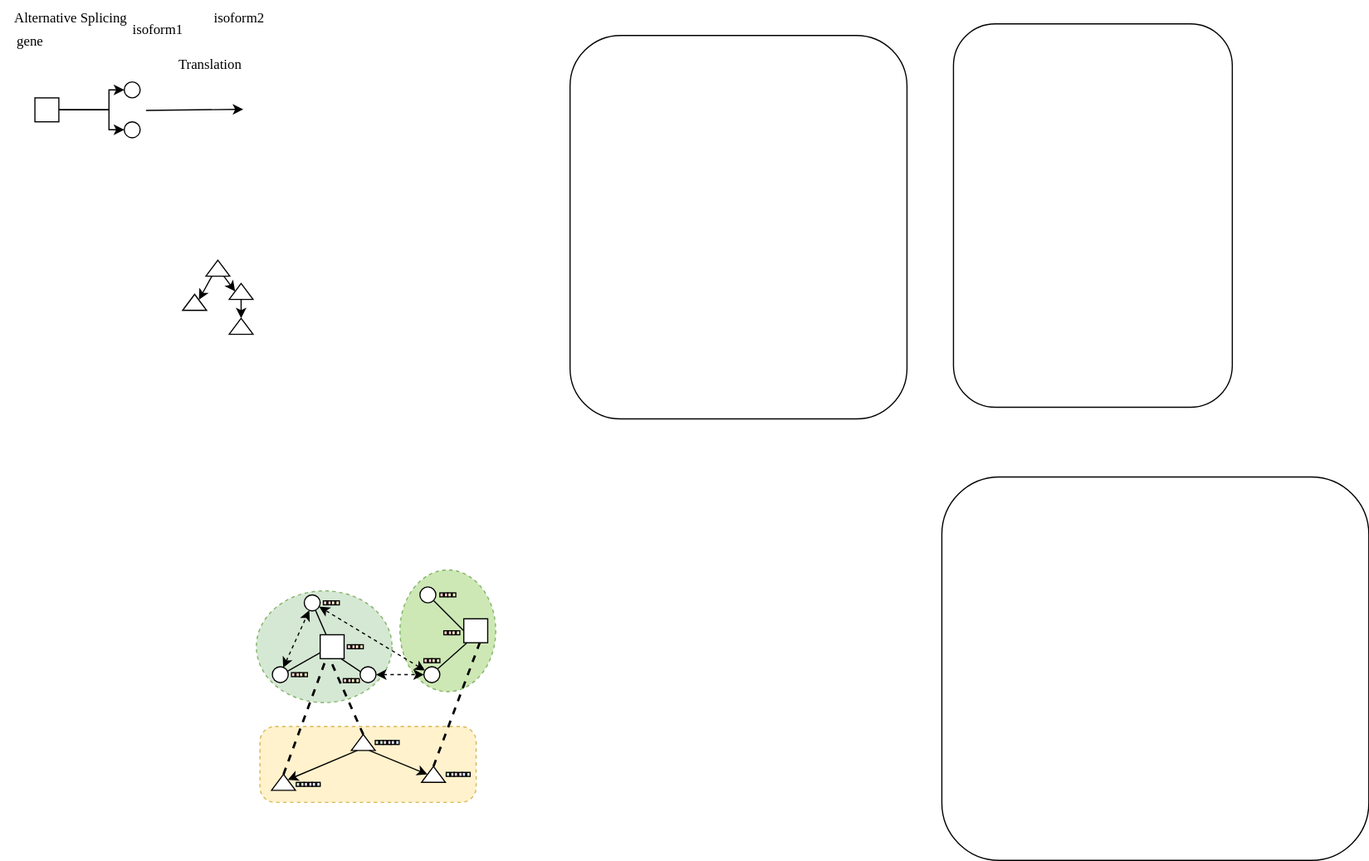
Earlier version of the draw.io export m.drawio.svg (gk3046/testgkkk). Source tidied: cells renumbered, new cells last; positions are measured from the earlier drawing's top-left corner, leaving out a move shared by most shapes.
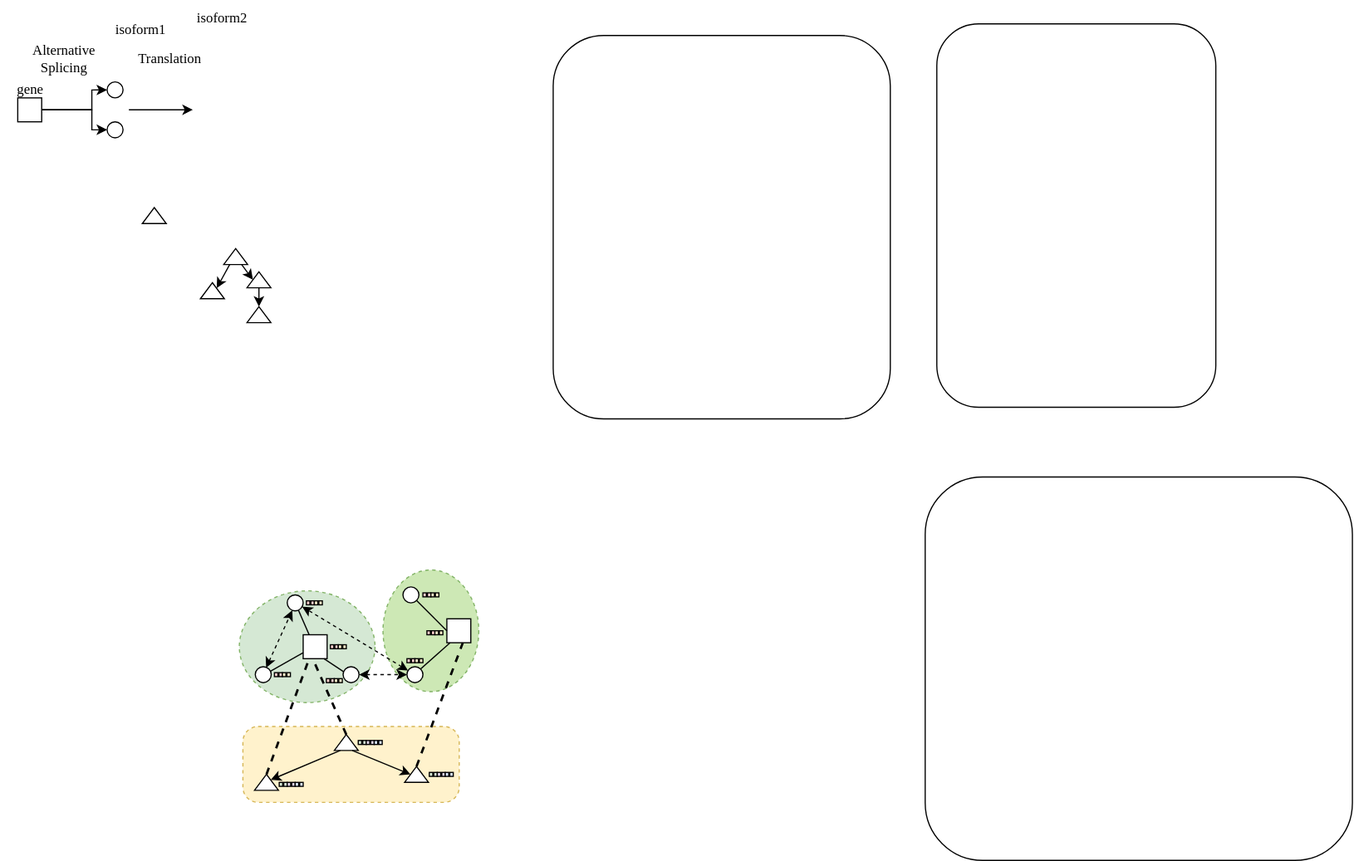
After the commit.

What changed in the source:
```diff
@@ -188,13 +188,13 @@
       <mxGeometry x="29.4" y="83.7" width="20.6" height="20.6" as="geometry" />
     </mxCell>
     <mxCell id="59" style="triangle;whiteSpace=wrap;html=1;rotation=-90;" parent="1" vertex="1">
-      <mxGeometry x="180" y="220" width="13.7" height="20.6" as="geometry" />
+      <mxGeometry x="210" y="210" width="13.7" height="20.6" as="geometry" />
     </mxCell>
     <mxCell id="60" style="triangle;whiteSpace=wrap;html=1;rotation=-90;" parent="1" vertex="1">
-      <mxGeometry x="200" y="240" width="13.7" height="20.6" as="geometry" />
+      <mxGeometry x="230" y="230" width="13.7" height="20.6" as="geometry" />
     </mxCell>
     <mxCell id="61" style="triangle;whiteSpace=wrap;html=1;rotation=-90;" parent="1" vertex="1">
-      <mxGeometry x="160" y="249.4" width="13.7" height="20.6" as="geometry" />
+      <mxGeometry x="190" y="239.4" width="13.7" height="20.6" as="geometry" />
     </mxCell>
     <mxCell id="62" style="endArrow=classic;html=1;rounded=0;exitX=0;exitY=0.25;exitDx=0;exitDy=0;entryX=0.661;entryY=0.679;entryDx=0;entryDy=0;entryPerimeter=0;" parent="1" edge="1" source="59" target="61">
       <mxGeometry relative="1" as="geometry" />
@@ -203,7 +203,7 @@
       <mxGeometry relative="1" as="geometry" />
     </mxCell>
     <mxCell id="64" style="triangle;whiteSpace=wrap;html=1;rotation=-90;" parent="1" vertex="1">
-      <mxGeometry x="200" y="270" width="13.7" height="20.6" as="geometry" />
+      <mxGeometry x="230" y="260" width="13.7" height="20.6" as="geometry" />
     </mxCell>
     <mxCell id="65" style="endArrow=classic;html=1;rounded=0;exitX=0;exitY=0.5;exitDx=0;exitDy=0;entryX=1;entryY=0.5;entryDx=0;entryDy=0;" parent="1" edge="1" source="60" target="64">
       <mxGeometry relative="1" as="geometry" />
@@ -211,11 +211,11 @@
     <mxCell id="66" style="ellipse;whiteSpace=wrap;html=1;" parent="1" vertex="1">
       <mxGeometry x="106.3" y="104.3" width="13.7" height="13.7" as="geometry" />
     </mxCell>
-    <mxCell id="67" value="&lt;font face=&quot;Times New Roman&quot;&gt;Alternative Splicing&lt;/font&gt;" style="text;html=1;align=center;verticalAlign=middle;strokeColor=none;fillColor=none;" parent="1" vertex="1">
-      <mxGeometry width="120" height="30" as="geometry" />
+    <mxCell id="67" value="&lt;font face=&quot;Times New Roman&quot;&gt;Alternative &lt;br&gt;Splicing&lt;/font&gt;" style="text;html=1;align=center;verticalAlign=middle;strokeColor=none;fillColor=none;" parent="1" vertex="1">
+      <mxGeometry x="29.4" y="30" width="80" height="40" as="geometry" />
     </mxCell>
     <mxCell id="68" value="&lt;font face=&quot;Times New Roman&quot;&gt;gene&lt;/font&gt;" style="text;html=1;align=center;verticalAlign=middle;strokeColor=none;fillColor=none;" parent="1" vertex="1">
-      <mxGeometry y="20" width="50" height="30" as="geometry" />
+      <mxGeometry x="14.7" y="61.9" width="50" height="30" as="geometry" />
     </mxCell>
     <mxCell id="69" value="&lt;font face=&quot;Times New Roman&quot;&gt;isoform1&lt;/font&gt;" style="text;html=1;align=center;verticalAlign=middle;strokeColor=none;fillColor=none;" parent="1" vertex="1">
       <mxGeometry x="100" y="10" width="70" height="30" as="geometry" />
@@ -225,12 +225,15 @@
     </mxCell>
     <mxCell id="71" style="endArrow=classic;html=1;rounded=0;" parent="1" edge="1">
       <mxGeometry relative="1" as="geometry">
-        <mxPoint x="125" y="94.5" as="sourcePoint" />
-        <mxPoint x="208.7" y="93.6" as="targetPoint" />
+        <mxPoint x="125" y="94" as="sourcePoint" />
+        <mxPoint x="180" y="94" as="targetPoint" />
       </mxGeometry>
     </mxCell>
     <mxCell id="72" value="&lt;font face=&quot;Times New Roman&quot;&gt;Translation&lt;/font&gt;" style="text;html=1;align=center;verticalAlign=middle;strokeColor=none;fillColor=none;" parent="1" vertex="1">
-      <mxGeometry x="140" y="40" width="80" height="30" as="geometry" />
+      <mxGeometry x="120" y="35" width="80" height="30" as="geometry" />
     </mxCell>
+    <mxCell id="73" style="triangle;whiteSpace=wrap;html=1;rotation=-90;" parent="1" vertex="1">
+      <mxGeometry x="140" y="174.7" width="13.7" height="20.6" as="geometry" />
+    </mxCell>
   </root>
 </mxGraphModel>
```
